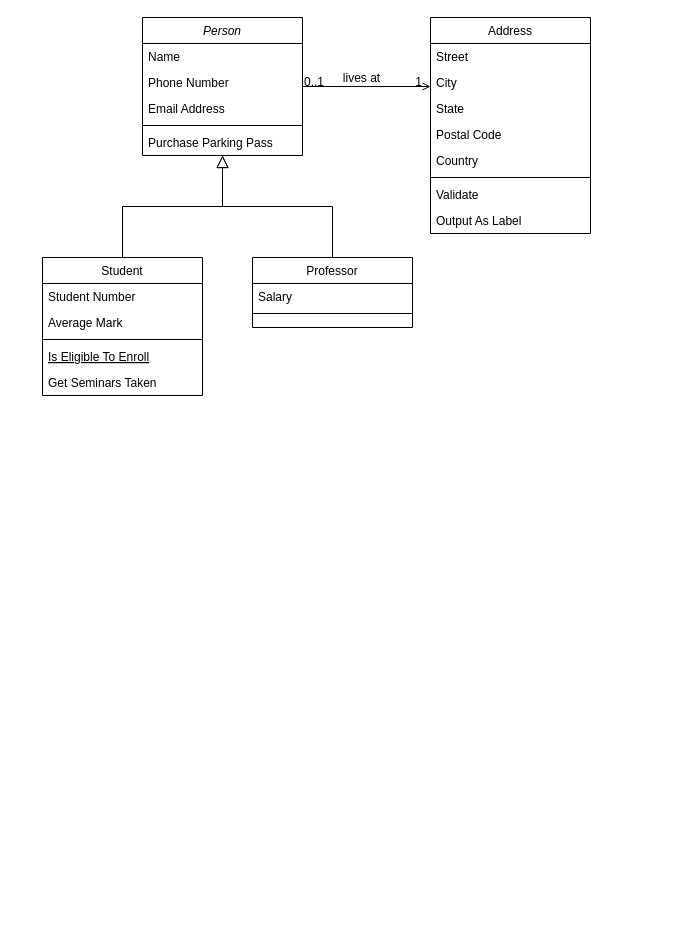
kubiak-calpoly/csc307-team-project keeps this draw.io diagram as Untitled Diagram.drawio. Above is the earlier version. Source tidied: cells renumbered, new cells numbered last; positions are measured from the earlier drawing's top-left corner, leaving out a move shared by most shapes. Both pictures are drawn from the tidied source at 100%, with x=0, y=0 at pixel (42, 17).
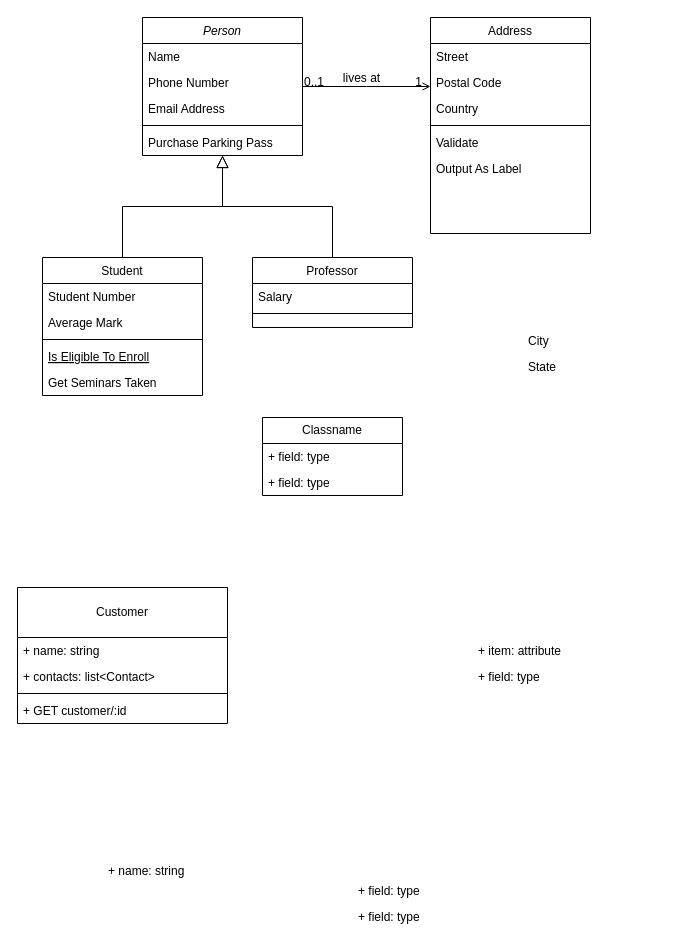
After the change.

Unchanged cells that the change refers to:
```xml
<mxCell id="19" value="Address" style="swimlane;fontStyle=0;align=center;verticalAlign=top;horizontal=1;startSize=26;rounded=0;shadow=0;strokeWidth=1;" parent="1" vertex="1">
  <mxGeometry x="388" width="160" height="216" as="geometry" />
</mxCell>
```

Diff of the diagram source:
```diff
@@
-    <mxCell id="21" value="City" style="text;align=left;verticalAlign=top;spacingLeft=4;spacingRight=4;overflow=hidden;rounded=0;shadow=0;html=0;" parent="19" vertex="1">
-      <mxGeometry y="52" width="160" height="26" as="geometry" />
-    </mxCell>
-    <mxCell id="22" value="State" style="text;align=left;verticalAlign=top;spacingLeft=4;spacingRight=4;overflow=hidden;rounded=0;shadow=0;html=0;" parent="19" vertex="1">
-      <mxGeometry y="78" width="160" height="26" as="geometry" />
-    </mxCell>
     <mxCell id="23" value="Postal Code" style="text;align=left;verticalAlign=top;spacingLeft=4;spacingRight=4;overflow=hidden;rounded=0;shadow=0;html=0;" parent="19" vertex="1">
-      <mxGeometry y="104" width="160" height="26" as="geometry" />
+      <mxGeometry y="52" width="160" height="26" as="geometry" />
     </mxCell>
     <mxCell id="24" value="Country" style="text;align=left;verticalAlign=top;spacingLeft=4;spacingRight=4;overflow=hidden;rounded=0;shadow=0;html=0;" parent="19" vertex="1">
-      <mxGeometry y="130" width="160" height="26" as="geometry" />
+      <mxGeometry y="78" width="160" height="26" as="geometry" />
     </mxCell>
     <mxCell id="25" style="line;html=1;strokeWidth=1;align=left;verticalAlign=middle;spacingTop=-1;spacingLeft=3;spacingRight=3;labelPosition=right;" parent="19" vertex="1">
-      <mxGeometry y="156" width="160" height="8" as="geometry" />
+      <mxGeometry y="104" width="160" height="8" as="geometry" />
     </mxCell>
     <mxCell id="26" value="Validate" style="text;align=left;verticalAlign=top;spacingLeft=4;spacingRight=4;overflow=hidden;" parent="19" vertex="1">
-      <mxGeometry y="164" width="160" height="26" as="geometry" />
+      <mxGeometry y="112" width="160" height="26" as="geometry" />
     </mxCell>
     <mxCell id="27" value="Output As Label" style="text;align=left;verticalAlign=top;spacingLeft=4;spacingRight=4;overflow=hidden;" parent="19" vertex="1">
-      <mxGeometry y="190" width="160" height="26" as="geometry" />
+      <mxGeometry y="138" width="160" height="26" as="geometry" />
     </mxCell>
@@
+    <mxCell id="21" value="City" style="text;align=left;verticalAlign=top;spacingLeft=4;spacingRight=4;overflow=hidden;rounded=0;shadow=0;html=0;" parent="1" vertex="1">
+      <mxGeometry x="480" y="310" width="160" height="26" as="geometry" />
+    </mxCell>
+    <mxCell id="22" value="State" style="text;align=left;verticalAlign=top;spacingLeft=4;spacingRight=4;overflow=hidden;rounded=0;shadow=0;html=0;" parent="1" vertex="1">
+      <mxGeometry x="480" y="336" width="160" height="26" as="geometry" />
+    </mxCell>
+    <mxCell id="32" value="Classname" style="swimlane;fontStyle=0;horizontal=1;startSize=26;fillColor=none;whiteSpace=wrap;html=1;" parent="1" vertex="1">
+      <mxGeometry x="220" y="400" width="140" height="78" as="geometry" />
+    </mxCell>
+    <mxCell id="33" value="+ field: type" style="text;strokeColor=none;fillColor=none;align=left;verticalAlign=top;spacingLeft=4;spacingRight=4;overflow=hidden;whiteSpace=wrap;html=1;" parent="32" vertex="1">
+      <mxGeometry y="26" width="140" height="26" as="geometry" />
+    </mxCell>
+    <mxCell id="34" value="+ field: type" style="text;strokeColor=none;fillColor=none;align=left;verticalAlign=top;spacingLeft=4;spacingRight=4;overflow=hidden;whiteSpace=wrap;html=1;" parent="32" vertex="1">
+      <mxGeometry y="52" width="140" height="26" as="geometry" />
+    </mxCell>
+    <mxCell id="35" value="Customer" style="swimlane;fontStyle=0;horizontal=1;startSize=50;fillColor=none;whiteSpace=wrap;html=1;" parent="1" vertex="1">
+      <mxGeometry x="-25" y="570" width="210" height="136" as="geometry" />
+    </mxCell>
+    <mxCell id="36" value="+ name: string" style="text;strokeColor=none;fillColor=none;align=left;verticalAlign=top;spacingLeft=4;spacingRight=4;overflow=hidden;whiteSpace=wrap;html=1;" parent="35" vertex="1">
+      <mxGeometry y="50" width="210" height="26" as="geometry" />
+    </mxCell>
+    <mxCell id="37" value="+ contacts: list&amp;lt;Contact&amp;gt;" style="text;strokeColor=none;fillColor=none;align=left;verticalAlign=top;spacingLeft=4;spacingRight=4;overflow=hidden;whiteSpace=wrap;html=1;" parent="35" vertex="1">
+      <mxGeometry y="76" width="210" height="26" as="geometry" />
+    </mxCell>
+    <mxCell id="38" style="line;strokeWidth=1;fillColor=none;align=left;verticalAlign=middle;spacingTop=-1;spacingLeft=3;spacingRight=3;labelPosition=right;strokeColor=inherit;" parent="35" vertex="1">
+      <mxGeometry y="102" width="210" height="8" as="geometry" />
+    </mxCell>
+    <mxCell id="39" value="+ GET customer/:id" style="text;strokeColor=none;fillColor=none;align=left;verticalAlign=top;spacingLeft=4;spacingRight=4;overflow=hidden;whiteSpace=wrap;html=1;" parent="35" vertex="1">
+      <mxGeometry y="110" width="210" height="26" as="geometry" />
+    </mxCell>
+    <mxCell id="40" value="+ item: attribute" style="text;strokeColor=none;fillColor=none;align=left;verticalAlign=top;spacingLeft=4;spacingRight=4;overflow=hidden;whiteSpace=wrap;html=1;" parent="1" vertex="1">
+      <mxGeometry x="430" y="620" width="140" height="26" as="geometry" />
+    </mxCell>
+    <mxCell id="41" value="+ field: type" style="text;strokeColor=none;fillColor=none;align=left;verticalAlign=top;spacingLeft=4;spacingRight=4;overflow=hidden;whiteSpace=wrap;html=1;" parent="1" vertex="1">
+      <mxGeometry x="430" y="646" width="140" height="26" as="geometry" />
+    </mxCell>
+    <mxCell id="42" value="+ field: type" style="text;strokeColor=none;fillColor=none;align=left;verticalAlign=top;spacingLeft=4;spacingRight=4;overflow=hidden;whiteSpace=wrap;html=1;" parent="1" vertex="1">
+      <mxGeometry x="310" y="860" width="140" height="26" as="geometry" />
+    </mxCell>
+    <mxCell id="43" value="+ field: type" style="text;strokeColor=none;fillColor=none;align=left;verticalAlign=top;spacingLeft=4;spacingRight=4;overflow=hidden;whiteSpace=wrap;html=1;" parent="1" vertex="1">
+      <mxGeometry x="310" y="886" width="140" height="26" as="geometry" />
+    </mxCell>
+    <mxCell id="44" value="+ name: string" style="text;strokeColor=none;fillColor=none;align=left;verticalAlign=top;spacingLeft=4;spacingRight=4;overflow=hidden;whiteSpace=wrap;html=1;" parent="1" vertex="1">
+      <mxGeometry x="60" y="840" width="140" height="26" as="geometry" />
+    </mxCell>
```
